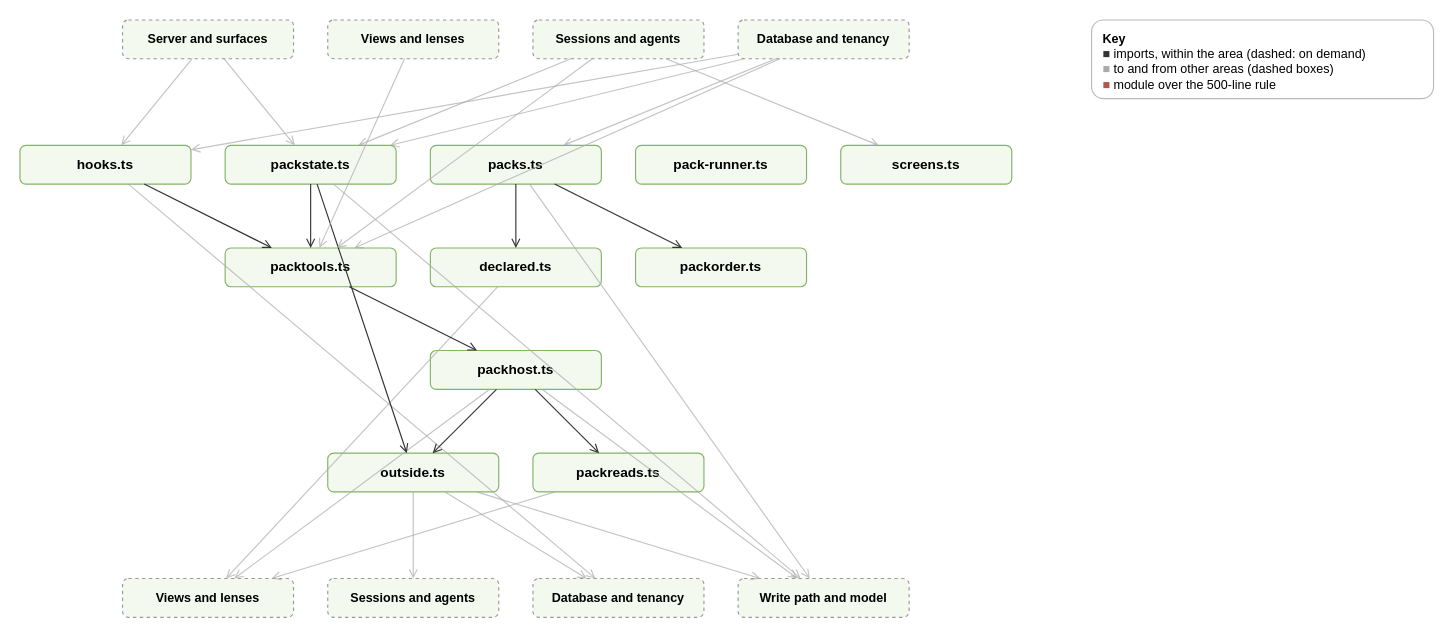
Before: page "Server: Packs" (5 of 19) of docs/diagrams/modules.drawio in AlexReiner98/archipelago, a draw.io diagram. Source tidied: cells renumbered, new cells numbered last; positions are measured from the earlier drawing's top-left corner, leaving out a move shared by most shapes. Both pictures are drawn from the tidied source at 114%, with x=0, y=0 at pixel (19, 19).
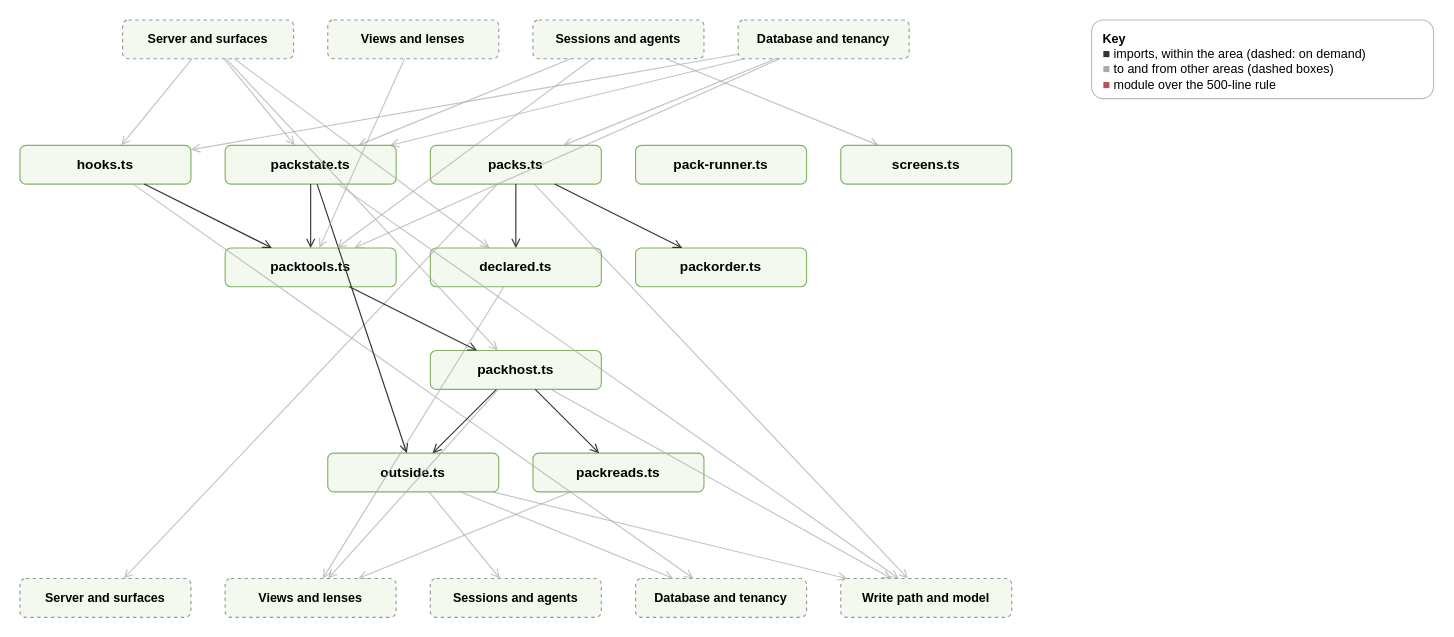
The same diagram, later.

Unchanged cells that the change refers to:
```xml
<mxCell id="2" value="&lt;b&gt;Server and surfaces&lt;/b&gt;" style="rounded=1;html=1;whiteSpace=wrap;dashed=1;fontSize=11;fillColor=#f3f9ee;strokeColor=#999999;" parent="1" vertex="1">
  <mxGeometry x="90" width="150" height="34" as="geometry" />
</mxCell>
<mxCell id="8" value="packs.ts" style="rounded=1;html=1;whiteSpace=wrap;fontSize=12;fontStyle=1;fillColor=#f3f9ee;strokeColor=#82b366;" parent="1" vertex="1">
  <mxGeometry x="360" y="110" width="150" height="34" as="geometry" />
</mxCell>
<mxCell id="12" value="declared.ts" style="rounded=1;html=1;whiteSpace=wrap;fontSize=12;fontStyle=1;fillColor=#f3f9ee;strokeColor=#82b366;" parent="1" vertex="1">
  <mxGeometry x="360" y="200" width="150" height="34" as="geometry" />
</mxCell>
<mxCell id="14" value="packhost.ts" style="rounded=1;html=1;whiteSpace=wrap;fontSize=12;fontStyle=1;fillColor=#f3f9ee;strokeColor=#82b366;" parent="1" vertex="1">
  <mxGeometry x="360" y="290" width="150" height="34" as="geometry" />
</mxCell>
```

Change to the diagram source:
```diff
@@
+    <mxCell id="50" value="&lt;b&gt;Server and surfaces&lt;/b&gt;" style="rounded=1;html=1;whiteSpace=wrap;dashed=1;fontSize=11;fillColor=#f3f9ee;strokeColor=#999999;" parent="1" vertex="1">
+      <mxGeometry y="490" width="150" height="34" as="geometry" />
+    </mxCell>
     <mxCell id="17" value="&lt;b&gt;Views and lenses&lt;/b&gt;" style="rounded=1;html=1;whiteSpace=wrap;dashed=1;fontSize=11;fillColor=#f3f9ee;strokeColor=#999999;" parent="1" vertex="1">
-      <mxGeometry x="90" y="490" width="150" height="34" as="geometry" />
+      <mxGeometry x="180" y="490" width="150" height="34" as="geometry" />
     </mxCell>
     <mxCell id="18" value="&lt;b&gt;Sessions and agents&lt;/b&gt;" style="rounded=1;html=1;whiteSpace=wrap;dashed=1;fontSize=11;fillColor=#f3f9ee;strokeColor=#999999;" parent="1" vertex="1">
-      <mxGeometry x="270" y="490" width="150" height="34" as="geometry" />
+      <mxGeometry x="360" y="490" width="150" height="34" as="geometry" />
     </mxCell>
     <mxCell id="19" value="&lt;b&gt;Database and tenancy&lt;/b&gt;" style="rounded=1;html=1;whiteSpace=wrap;dashed=1;fontSize=11;fillColor=#f3f9ee;strokeColor=#999999;" parent="1" vertex="1">
-      <mxGeometry x="450" y="490" width="150" height="34" as="geometry" />
+      <mxGeometry x="540" y="490" width="150" height="34" as="geometry" />
     </mxCell>
     <mxCell id="20" value="&lt;b&gt;Write path and model&lt;/b&gt;" style="rounded=1;html=1;whiteSpace=wrap;dashed=1;fontSize=11;fillColor=#f3f9ee;strokeColor=#999999;" parent="1" vertex="1">
-      <mxGeometry x="630" y="490" width="150" height="34" as="geometry" />
+      <mxGeometry x="720" y="490" width="150" height="34" as="geometry" />
     </mxCell>
@@
+    <mxCell id="51" style="html=1;endArrow=open;strokeColor=#aaaaaa;dashed=0;opacity=70;" parent="1" edge="1" source="8" target="50">
+      <mxGeometry relative="1" as="geometry" />
+    </mxCell>
@@
+    <mxCell id="52" style="html=1;endArrow=open;strokeColor=#aaaaaa;dashed=0;opacity=70;" parent="1" edge="1" source="2" target="12">
+      <mxGeometry relative="1" as="geometry" />
+    </mxCell>
@@
+    <mxCell id="53" style="html=1;endArrow=open;strokeColor=#aaaaaa;dashed=0;opacity=70;" parent="1" edge="1" source="2" target="14">
+      <mxGeometry relative="1" as="geometry" />
+    </mxCell>
```
